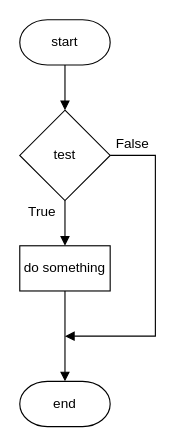
The draw.io diagram page "if-1" (1 of 11) of n5/sdd/assets/N5 SDD.drawio in MrFriendCS/MrFriendCS.github.io, before the edit. Source tidied: cells renumbered, new cells numbered last; positions are measured from the earlier drawing's top-left corner, leaving out a move shared by most shapes. Both pictures are drawn from the tidied source at 113%, with x=0, y=0 at pixel (19, 19).
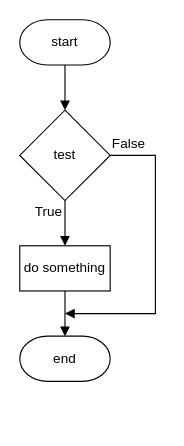
The same diagram, later.

The edit, as a diff of the source:
```diff
@@
 <mxGraphModel>
   <root>
     <mxCell id="0" />
     <mxCell id="1" parent="0" />
     <mxCell id="2" style="edgeStyle=orthogonalEdgeStyle;rounded=0;jettySize=auto;html=1;exitX=0.5;exitY=1;exitDx=0;exitDy=0;entryX=0.5;entryY=0;entryDx=0;entryDy=0;exitPerimeter=0;endArrow=block;endFill=1;" parent="1" edge="1" source="4" target="8">
       <mxGeometry relative="1" as="geometry" />
     </mxCell>
-    <mxCell id="3" value="True" style="text;html=1;strokeColor=none;fillColor=none;align=center;verticalAlign=middle;whiteSpace=wrap;rounded=0;" parent="1" vertex="1">
+    <mxCell id="3" value="True" style="text;html=1;strokeColor=none;fillColor=none;align=right;verticalAlign=middle;whiteSpace=wrap;rounded=0;" parent="1" vertex="1">
       <mxGeometry y="160" width="40" height="20" as="geometry" />
     </mxCell>
     <mxCell id="4" value="start" style="strokeWidth=1;html=1;shape=mxgraph.flowchart.terminator;whiteSpace=wrap;fillColor=none;" parent="1" vertex="1">
       <mxGeometry width="80" height="40" as="geometry" />
     </mxCell>
     <mxCell id="5" value="end" style="strokeWidth=1;html=1;shape=mxgraph.flowchart.terminator;whiteSpace=wrap;fillColor=none;" parent="1" vertex="1">
-      <mxGeometry y="320" width="80" height="40" as="geometry" />
+      <mxGeometry y="280" width="80" height="40" as="geometry" />
     </mxCell>
     <mxCell id="6" style="edgeStyle=orthogonalEdgeStyle;rounded=0;jettySize=auto;html=1;exitX=0.5;exitY=1;exitDx=0;exitDy=0;entryX=0.5;entryY=0;entryDx=0;entryDy=0;endArrow=block;endFill=1;" parent="1" edge="1" source="8" target="10">
       <mxGeometry relative="1" as="geometry" />
     </mxCell>
     <mxCell id="7" style="edgeStyle=orthogonalEdgeStyle;rounded=0;jettySize=auto;html=1;exitX=1;exitY=0.5;exitDx=0;exitDy=0;endArrow=block;endFill=1;" parent="1" edge="1" source="8">
       <mxGeometry relative="1" as="geometry">
-        <mxPoint x="40" y="280" as="targetPoint" />
+        <mxPoint x="40" y="260" as="targetPoint" />
         <Array as="points">
           <mxPoint x="120" y="120" />
-          <mxPoint x="120" y="280" />
+          <mxPoint x="120" y="260" />
+          <mxPoint x="40" y="260" />
         </Array>
       </mxGeometry>
     </mxCell>
     <mxCell id="8" value="test" style="rhombus;whiteSpace=wrap;html=1;fillColor=none;" parent="1" vertex="1">
       <mxGeometry y="80" width="80" height="80" as="geometry" />
     </mxCell>
     <mxCell id="9" style="edgeStyle=orthogonalEdgeStyle;rounded=0;jettySize=auto;html=1;exitX=0.5;exitY=1;exitDx=0;exitDy=0;entryX=0.5;entryY=0;entryDx=0;entryDy=0;entryPerimeter=0;endArrow=block;endFill=1;" parent="1" edge="1" source="10" target="5">
       <mxGeometry relative="1" as="geometry">
         <Array as="points">
           <mxPoint x="40" y="280" />
           <mxPoint x="40" y="280" />
         </Array>
       </mxGeometry>
     </mxCell>
     <mxCell id="10" value="do something" style="rounded=0;whiteSpace=wrap;html=1;fillColor=none;" parent="1" vertex="1">
       <mxGeometry y="200" width="80" height="40" as="geometry" />
     </mxCell>
-    <mxCell id="11" value="False" style="text;html=1;strokeColor=none;fillColor=none;align=center;verticalAlign=middle;whiteSpace=wrap;rounded=0;" parent="1" vertex="1">
+    <mxCell id="11" value="False" style="text;html=1;strokeColor=none;fillColor=none;align=left;verticalAlign=middle;whiteSpace=wrap;rounded=0;" parent="1" vertex="1">
       <mxGeometry x="80" y="100" width="40" height="20" as="geometry" />
     </mxCell>
   </root>
 </mxGraphModel>
```
